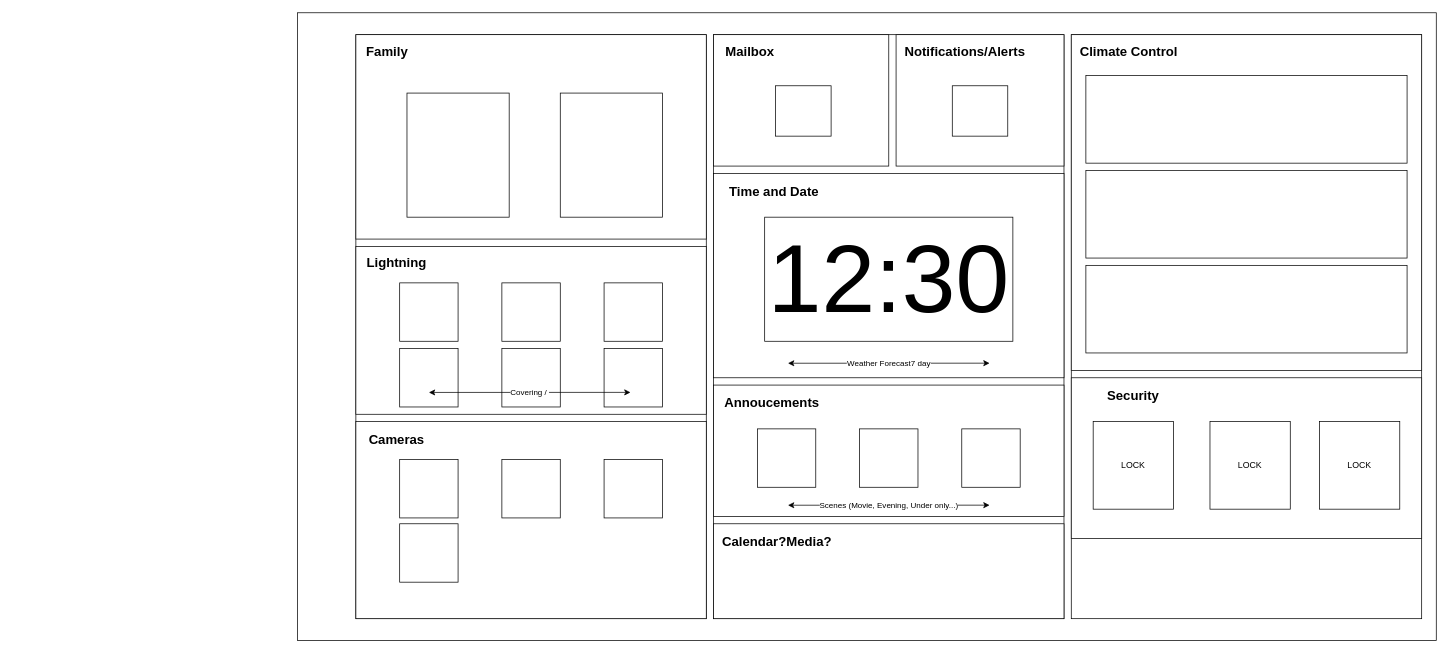
This is Untitled Diagram.drawio from hipporegius/myzung, a draw.io file, before an edit. Source tidied: cells renumbered, new cells numbered last; positions are measured from the earlier drawing's top-left corner, leaving out a move shared by most shapes. Both pictures are drawn from the tidied source at 73%, with x=0, y=0 at pixel (297, 12).
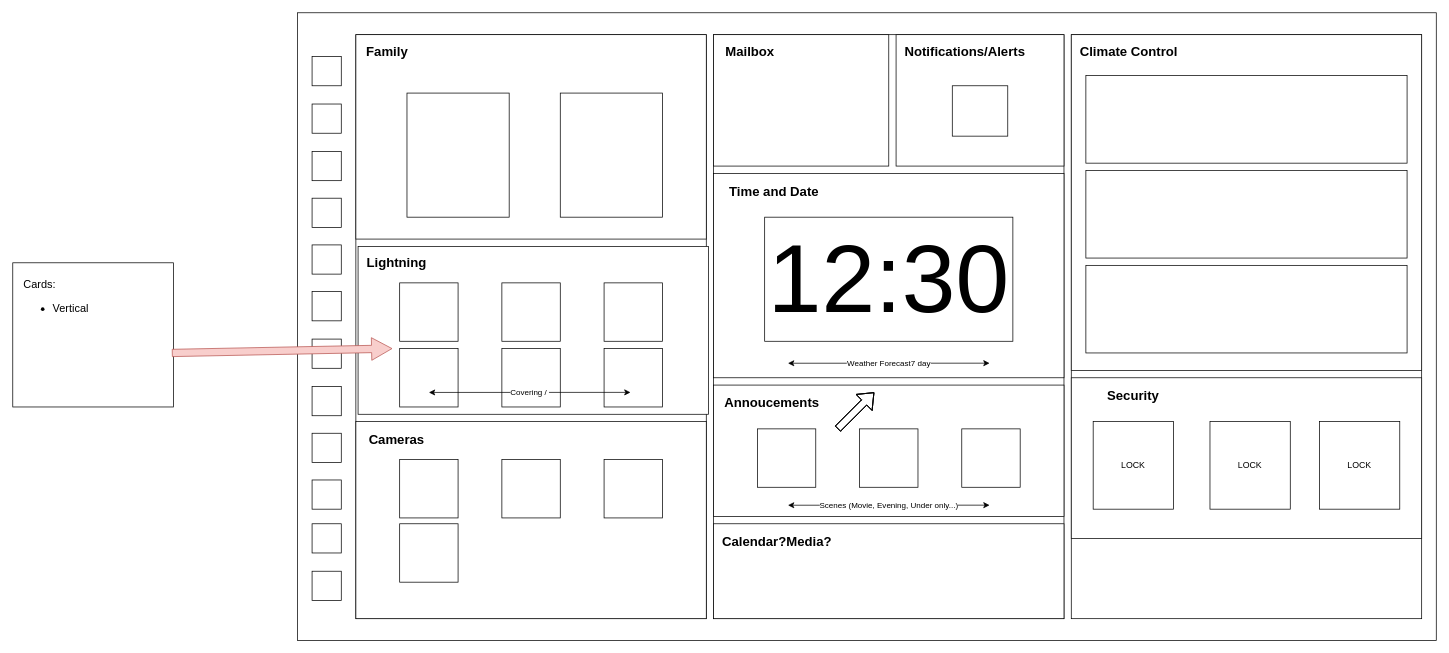
The same diagram, later.

Diff of the diagram source:
```diff
@@
     <mxCell id="7" style="rounded=0;whiteSpace=wrap;html=1;" parent="1" vertex="1">
-      <mxGeometry x="80" y="320" width="480" height="230" as="geometry" />
+      <mxGeometry x="83" y="320" width="480" height="230" as="geometry" />
     </mxCell>
@@
-    <mxCell id="35" style="rounded=0;whiteSpace=wrap;html=1;" parent="1" vertex="1">
-      <mxGeometry x="655" y="100" width="76" height="69" as="geometry" />
-    </mxCell>
@@
+    <mxCell id="53" style="shape=flexArrow;endArrow=classic;html=1;rounded=0;" parent="1" edge="1">
+      <mxGeometry relative="1" as="geometry">
+        <mxPoint x="740" y="570" as="sourcePoint" />
+        <mxPoint x="790" y="520" as="targetPoint" />
+      </mxGeometry>
+    </mxCell>
+    <mxCell id="54" style="shape=flexArrow;endArrow=classic;html=1;rounded=0;" parent="1" edge="1">
+      <mxGeometry relative="1" as="geometry">
+        <mxPoint x="740" y="570" as="sourcePoint" />
+        <mxPoint x="790" y="520" as="targetPoint" />
+      </mxGeometry>
+    </mxCell>
+    <mxCell id="55" style="shape=flexArrow;endArrow=classic;html=1;rounded=0;" parent="1" edge="1">
+      <mxGeometry relative="1" as="geometry">
+        <mxPoint x="740" y="570" as="sourcePoint" />
+        <mxPoint x="790" y="520" as="targetPoint" />
+      </mxGeometry>
+    </mxCell>
+    <mxCell id="56" style="shape=flexArrow;endArrow=classic;html=1;rounded=0;" parent="1" edge="1">
+      <mxGeometry relative="1" as="geometry">
+        <mxPoint x="740" y="570" as="sourcePoint" />
+        <mxPoint x="790" y="520" as="targetPoint" />
+      </mxGeometry>
+    </mxCell>
+    <mxCell id="57" style="rounded=0;whiteSpace=wrap;html=1;align=left;" parent="1" vertex="1">
+      <mxGeometry x="-390" y="342.5" width="220" height="197.5" as="geometry" />
+    </mxCell>
+    <mxCell id="58" value="&lt;span style=&quot;font-size: 15px;&quot;&gt;Cards:&lt;br&gt;&lt;ul style=&quot;&quot;&gt;&lt;li style=&quot;&quot;&gt;&lt;span style=&quot;&quot;&gt;Vertical&lt;/span&gt;&lt;/li&gt;&lt;/ul&gt;&lt;/span&gt;" style="text;html=1;strokeColor=none;fillColor=none;align=left;verticalAlign=middle;whiteSpace=wrap;rounded=0;" parent="1" vertex="1">
+      <mxGeometry x="-377.5" y="336" width="195" height="120" as="geometry" />
+    </mxCell>
+    <mxCell id="59" style="rounded=0;whiteSpace=wrap;html=1;" parent="1" vertex="1">
+      <mxGeometry x="20" y="60" width="40" height="40" as="geometry" />
+    </mxCell>
+    <mxCell id="60" style="rounded=0;whiteSpace=wrap;html=1;" parent="1" vertex="1">
+      <mxGeometry x="20" y="125" width="40" height="40" as="geometry" />
+    </mxCell>
+    <mxCell id="61" style="rounded=0;whiteSpace=wrap;html=1;" parent="1" vertex="1">
+      <mxGeometry x="20" y="190" width="40" height="40" as="geometry" />
+    </mxCell>
+    <mxCell id="62" style="rounded=0;whiteSpace=wrap;html=1;" parent="1" vertex="1">
+      <mxGeometry x="20" y="254" width="40" height="40" as="geometry" />
+    </mxCell>
+    <mxCell id="63" style="rounded=0;whiteSpace=wrap;html=1;" parent="1" vertex="1">
+      <mxGeometry x="20" y="318" width="40" height="40" as="geometry" />
+    </mxCell>
+    <mxCell id="64" style="rounded=0;whiteSpace=wrap;html=1;" parent="1" vertex="1">
+      <mxGeometry x="20" y="447" width="40" height="40" as="geometry" />
+    </mxCell>
+    <mxCell id="65" style="rounded=0;whiteSpace=wrap;html=1;" parent="1" vertex="1">
+      <mxGeometry x="20" y="382" width="40" height="40" as="geometry" />
+    </mxCell>
+    <mxCell id="66" style="rounded=0;whiteSpace=wrap;html=1;" parent="1" vertex="1">
+      <mxGeometry x="20" y="512" width="40" height="40" as="geometry" />
+    </mxCell>
+    <mxCell id="67" style="rounded=0;whiteSpace=wrap;html=1;" parent="1" vertex="1">
+      <mxGeometry x="20" y="576" width="40" height="40" as="geometry" />
+    </mxCell>
+    <mxCell id="68" style="rounded=0;whiteSpace=wrap;html=1;" parent="1" vertex="1">
+      <mxGeometry x="20" y="640" width="40" height="40" as="geometry" />
+    </mxCell>
+    <mxCell id="69" style="rounded=0;whiteSpace=wrap;html=1;" parent="1" vertex="1">
+      <mxGeometry x="20" y="700" width="40" height="40" as="geometry" />
+    </mxCell>
+    <mxCell id="70" style="rounded=0;whiteSpace=wrap;html=1;" parent="1" vertex="1">
+      <mxGeometry x="20" y="765" width="40" height="40" as="geometry" />
+    </mxCell>
+    <mxCell id="71" style="shape=flexArrow;endArrow=classic;html=1;rounded=0;fillColor=#f8cecc;strokeColor=#b85450;endSize=9;startSize=5;strokeWidth=1;exitX=1;exitY=1;exitDx=0;exitDy=0;" parent="1" edge="1">
+      <mxGeometry relative="1" as="geometry">
+        <mxPoint x="-172" y="466" as="sourcePoint" />
+        <mxPoint x="130" y="460" as="targetPoint" />
+      </mxGeometry>
+    </mxCell>
```
